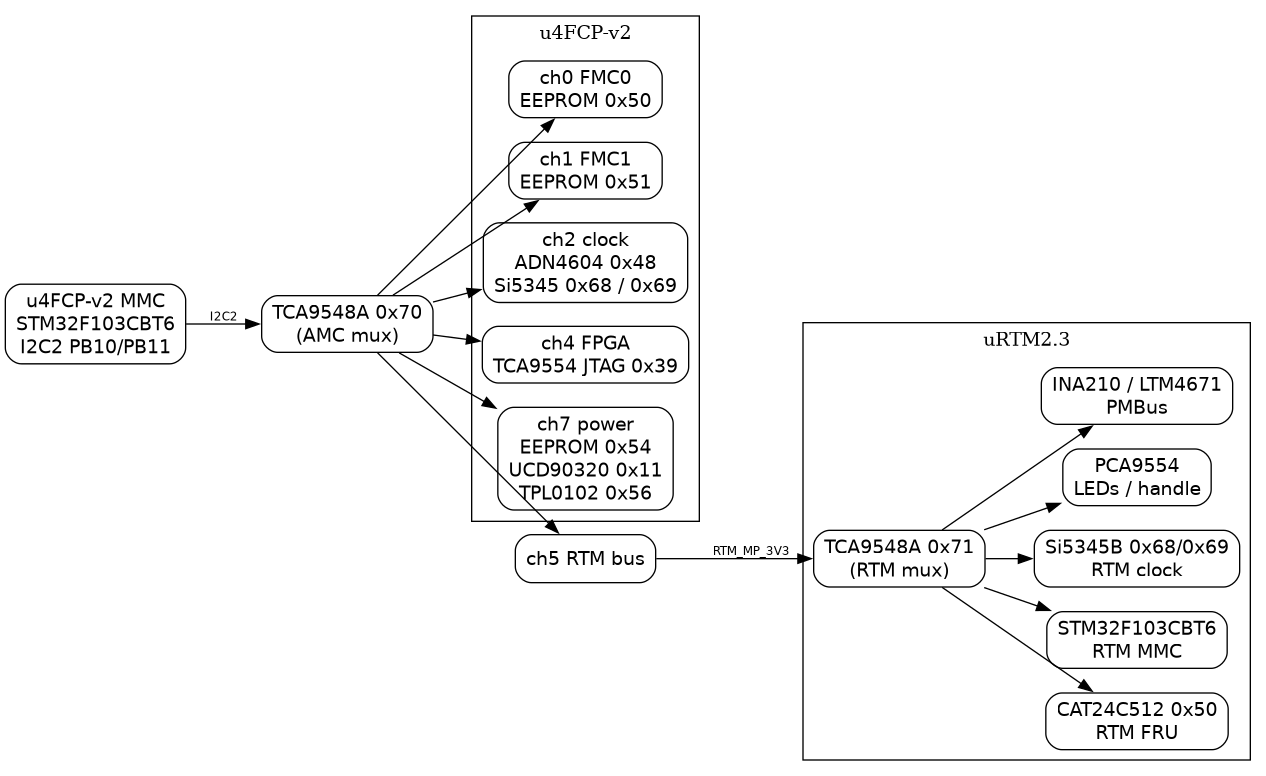
The Graphviz diagram docs/u4fcp-v2-i2c-map.png in palzhj/openMMC_uFC, before a commit. Its source is kept beside it as docs/u4fcp-v2-i2c-map.dot. The source it was exported from:
```dot
digraph i2c {
  rankdir=LR; bgcolor="white"; splines=false;
  node [shape=box, style="rounded", fontname="Helvetica"];
  edge [fontname="Helvetica", fontsize=9];

  mcu [label="u4FCP-v2 MMC\nSTM32F103CBT6\nI2C2 PB10/PB11"];
  mux [label="TCA9548A 0x70\n(AMC mux)"];

  mcu -> mux [label="I2C2"];

  subgraph cluster_amc {
    label="u4FCP-v2";
    ch0 [label="ch0 FMC0\nEEPROM 0x50"];
    ch1 [label="ch1 FMC1\nEEPROM 0x51"];
    ch2 [label="ch2 clock\nADN4604 0x48\nSi5345 0x68 / 0x69"];
    ch4 [label="ch4 FPGA\nTCA9554 JTAG 0x39"];
    ch7 [label="ch7 power\nEEPROM 0x54\nUCD90320 0x11\nTPL0102 0x56"];
  }

  ch5 [label="ch5 RTM bus"];
  mux -> ch0; mux -> ch1; mux -> ch2; mux -> ch4; mux -> ch7; mux -> ch5;

  subgraph cluster_rtm {
    label="uRTM2.3";
    rtmmux [label="TCA9548A 0x71\n(RTM mux)"];
    fru [label="CAT24C512 0x50\nRTM FRU"];
    mmc [label="STM32F103CBT6\nRTM MMC"];
    pll [label="Si5345B 0x68/0x69\nRTM clock"];
    io [label="PCA9554\nLEDs / handle"];
    pwr [label="INA210 / LTM4671\nPMBus"];
  }
  ch5 -> rtmmux [label="RTM_MP_3V3"];
  rtmmux -> fru; rtmmux -> mmc; rtmmux -> pll; rtmmux -> io; rtmmux -> pwr;
}
```
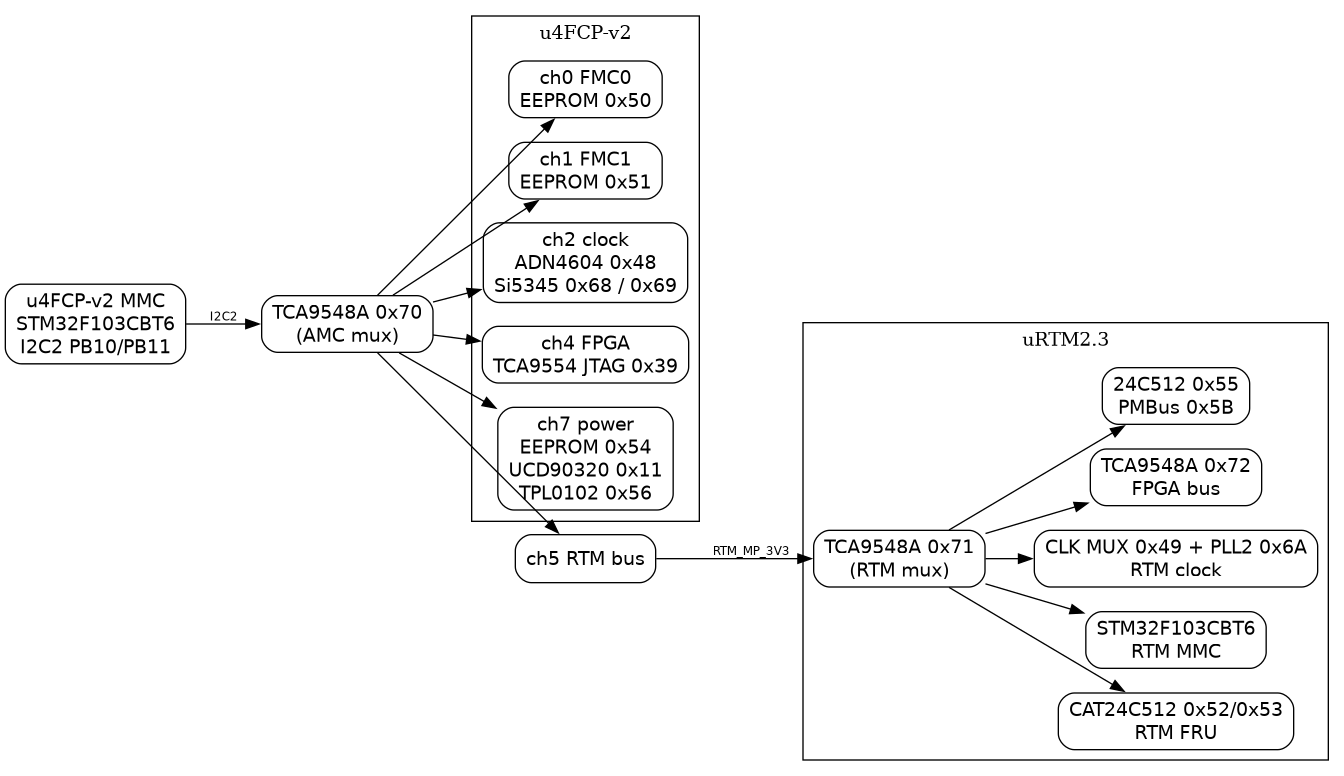
After the commit.

Diff of the diagram source:
```diff
@@ -23,11 +23,11 @@
   subgraph cluster_rtm {
     label="uRTM2.3";
     rtmmux [label="TCA9548A 0x71\n(RTM mux)"];
-    fru [label="CAT24C512 0x50\nRTM FRU"];
+    fru [label="CAT24C512 0x52/0x53\nRTM FRU"];
     mmc [label="STM32F103CBT6\nRTM MMC"];
-    pll [label="Si5345B 0x68/0x69\nRTM clock"];
-    io [label="PCA9554\nLEDs / handle"];
-    pwr [label="INA210 / LTM4671\nPMBus"];
+    pll [label="CLK MUX 0x49 + PLL2 0x6A\nRTM clock"];
+    io [label="TCA9548A 0x72\nFPGA bus"];
+    pwr [label="24C512 0x55\nPMBus 0x5B"];
   }
   ch5 -> rtmmux [label="RTM_MP_3V3"];
   rtmmux -> fru; rtmmux -> mmc; rtmmux -> pll; rtmmux -> io; rtmmux -> pwr;
```
